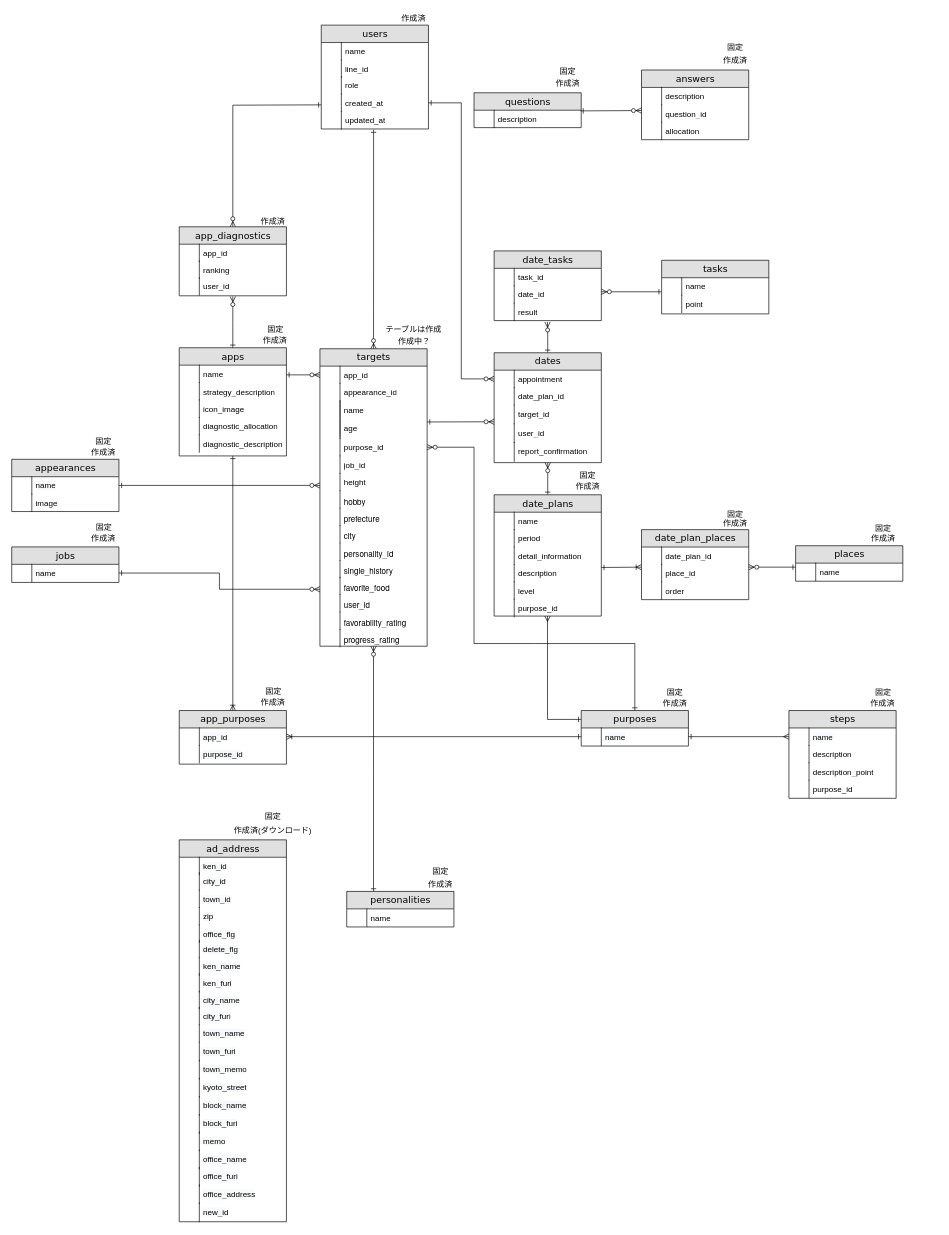
Before: Untitled Diagram.drawio in kstar0102/ryuki0102, a draw.io diagram. Source tidied: cells renumbered, new cells numbered last; positions are measured from the earlier drawing's top-left corner, leaving out a move shared by most shapes. Both pictures are drawn from the tidied source at 67%, with x=0, y=0 at pixel (11, 11).
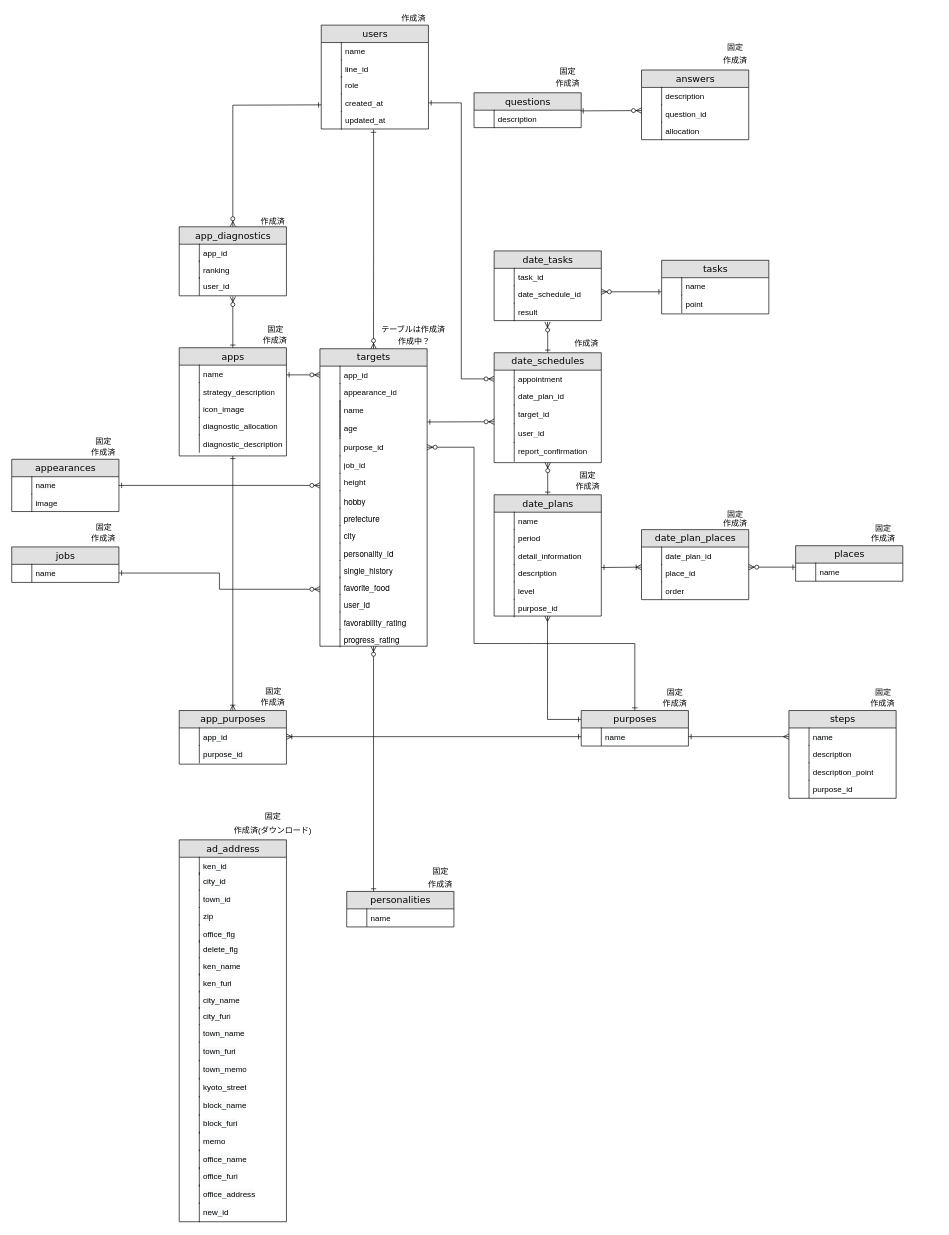
The same page after the edit.

Unchanged cells that the change refers to:
```xml
<mxCell id="111" value="date_tasks" style="swimlane;html=1;fontStyle=0;horizontal=1;startSize=26;fillColor=#e0e0e0;swimlaneFillColor=#ffffff;align=center;rounded=0;shadow=0;comic=0;labelBackgroundColor=none;strokeWidth=1;fontFamily=Verdana;fontSize=14;" parent="1" vertex="1">
  <mxGeometry x="720" y="357" width="160" height="104" as="geometry" />
</mxCell>
```

What changed in the source:
```diff
@@
-    <mxCell id="43" value="dates" style="swimlane;html=1;fontStyle=0;horizontal=1;startSize=26;fillColor=#e0e0e0;swimlaneFillColor=#ffffff;align=center;rounded=0;shadow=0;comic=0;labelBackgroundColor=none;strokeWidth=1;fontFamily=Verdana;fontSize=14;" parent="1" vertex="1">
+    <mxCell id="43" value="date_schedules" style="swimlane;html=1;fontStyle=0;horizontal=1;startSize=26;fillColor=#e0e0e0;swimlaneFillColor=#ffffff;align=center;rounded=0;shadow=0;comic=0;labelBackgroundColor=none;strokeWidth=1;fontFamily=Verdana;fontSize=14;" parent="1" vertex="1">
       <mxGeometry x="720" y="509" width="160" height="164" as="geometry" />
     </mxCell>
@@
-    <mxCell id="114" value="date_id" style="shape=partialRectangle;top=0;left=0;right=0;bottom=0;html=1;align=left;verticalAlign=top;fillColor=none;spacingLeft=34;spacingRight=4;whiteSpace=wrap;overflow=hidden;" parent="111" vertex="1">
+    <mxCell id="114" value="date_schedule_id" style="shape=partialRectangle;top=0;left=0;right=0;bottom=0;html=1;align=left;verticalAlign=top;fillColor=none;spacingLeft=34;spacingRight=4;whiteSpace=wrap;overflow=hidden;" parent="111" vertex="1">
       <mxGeometry y="52" width="160" height="26" as="geometry" />
     </mxCell>
@@
-    <mxCell id="241" value="テーブルは作成" style="text;html=1;strokeColor=none;fillColor=none;align=center;verticalAlign=middle;whiteSpace=wrap;rounded=0;" parent="1" vertex="1">
-      <mxGeometry x="556" y="465" width="88" height="20" as="geometry" />
+    <mxCell id="241" value="テーブルは作成済" style="text;html=1;strokeColor=none;fillColor=none;align=center;verticalAlign=middle;whiteSpace=wrap;rounded=0;" parent="1" vertex="1">
+      <mxGeometry x="549" y="465" width="101" height="20" as="geometry" />
     </mxCell>
@@
+    <mxCell id="243" value="作成済" style="text;html=1;strokeColor=none;fillColor=none;align=center;verticalAlign=middle;whiteSpace=wrap;rounded=0;" parent="1" vertex="1">
+      <mxGeometry x="828" y="486" width="60" height="20" as="geometry" />
+    </mxCell>
```
